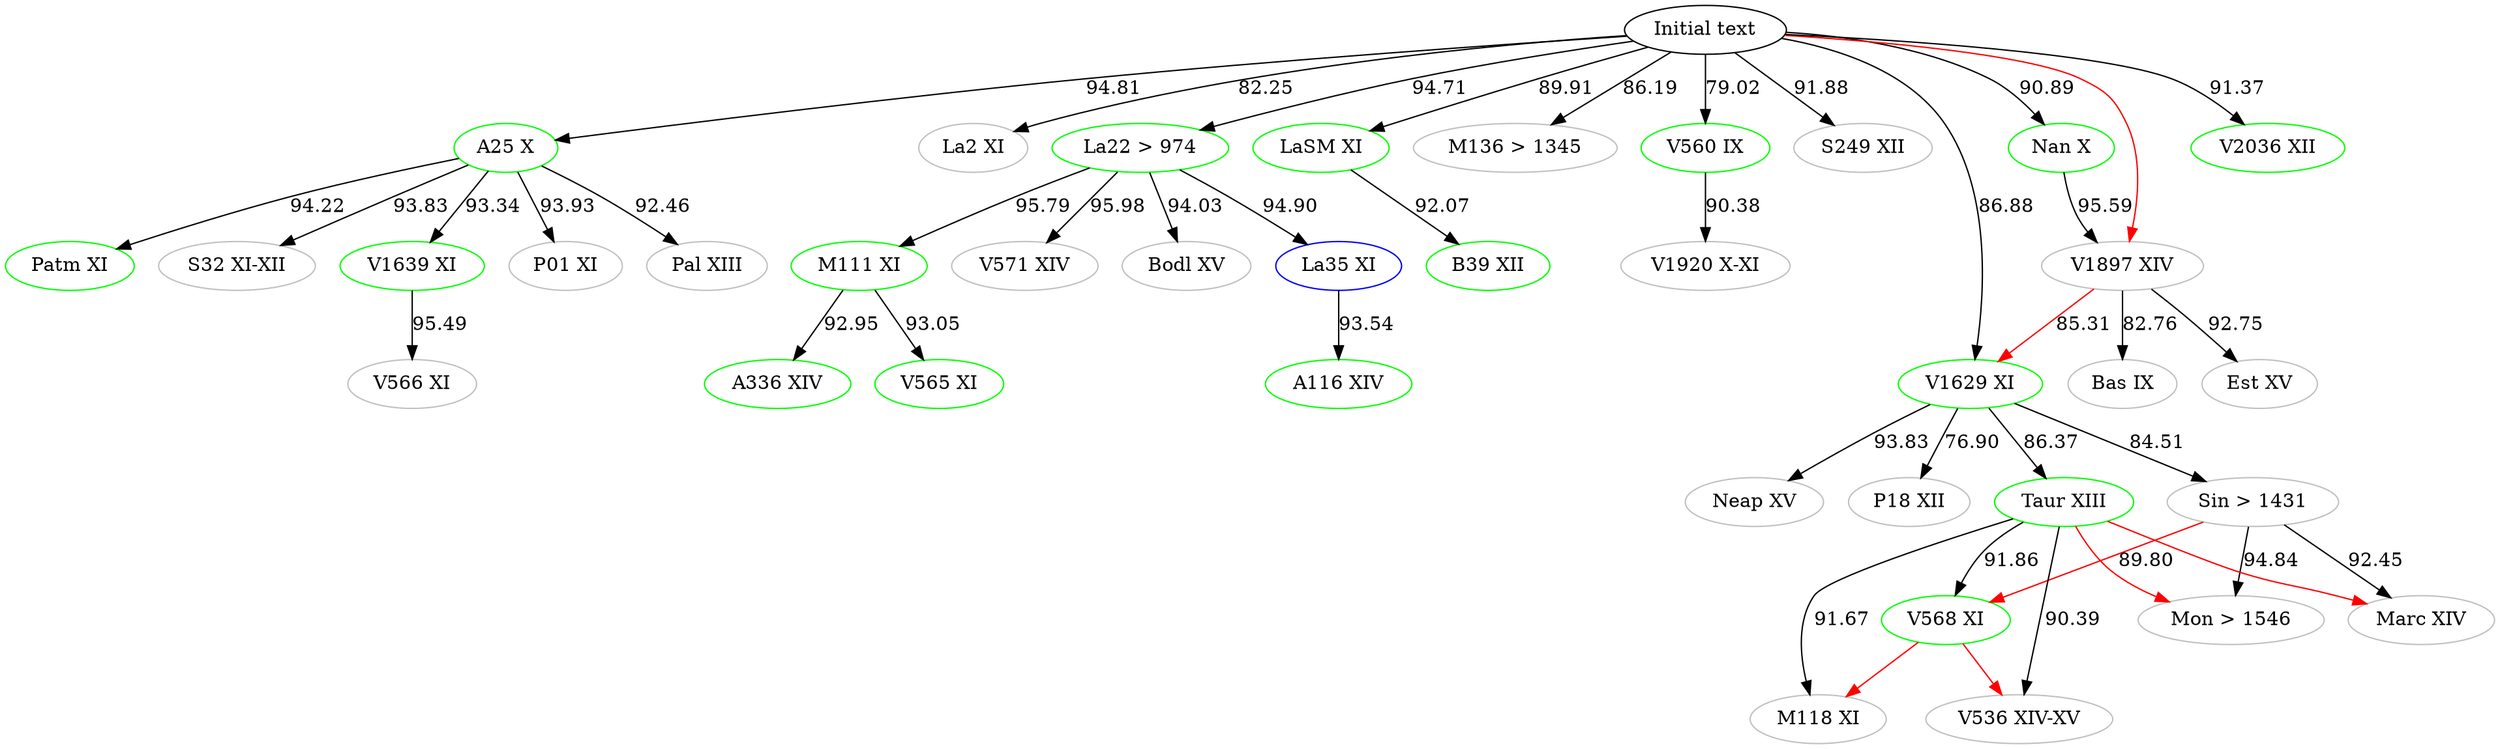
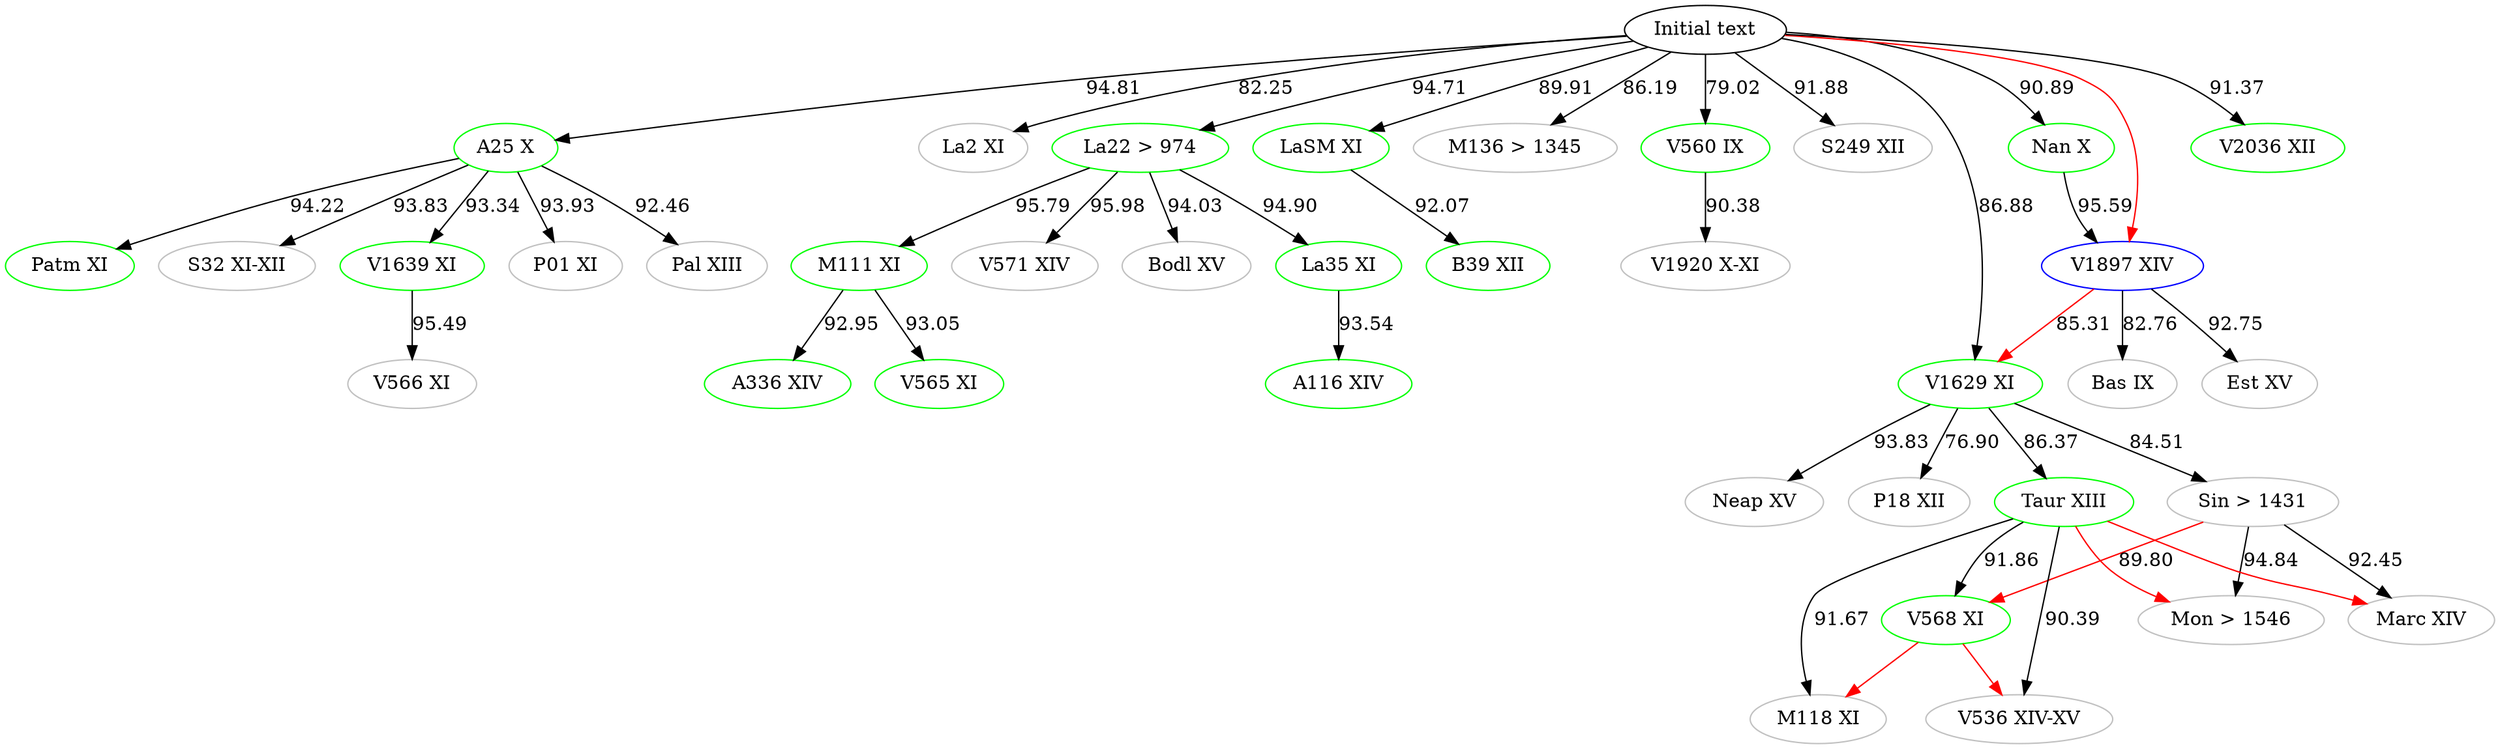
digraph {
- 	# Green = transcribed for 1.5
- 	# Blue = next in line
+ 
    #Top [color="black", label="ω"]
    aBase [color="black", label="Initial text"]
    # Top [color="black", label="Initial text"]
	A116 [label="A116 XIV", color="green"]
	A25 [label="A25 X", color="green"]
	A336 [label="A336 XIV", color="green"]
	B39 [label="B39 XII", color="green"]
	Bas [label="Bas IX", color="grey"]
	Bodl [label="Bodl XV", color="grey"]
	Est [label="Est XV", color="grey"]
	La2 [label="La2 XI", color="grey"]
	La22 [label="La22 > 974", color="green"]
- 	La35 [label="La35 XI", color="blue"]
+ 	La35 [label="La35 XI", color="green"]
	LaSM [label="LaSM XI", color="green"]
	M111 [label="M111 XI", color="green"]
    M118 [label="M118 XI", color="grey"]
    M136 [label="M136 > 1345", color="grey"]
    Marc [label="Marc XIV", color="grey"]
    Mon [label="Mon > 1546", color="grey"]
	Nan [label="Nan X", color="green"]
    Neap [label="Neap XV", color="grey"]
    P01 [label="P01 XI", color="grey"]
    P18 [label="P18 XII", color="grey"]
	Pal [label="Pal XIII", color="grey"]
	Patm [label="Patm XI", color="green"]
    Sin [label="Sin > 1431", color="grey"]
	S32 [label="S32 XI-XII", color="grey"]
    S249 [label="S249 XII", color="grey"]
    Taur [label="Taur XIII", color="green"]
    V536 [label="V536 XIV-XV", color="grey"]
	V560 [label="V560 IX", color="green"]
	V565 [label="V565 XI", color="green"]
	V566 [label="V566 XI", color="grey"]
	V568 [label="V568 XI", color="green"]
	V571 [label="V571 XIV", color="grey"]
    V1629 [label="V1629 XI", color="green"]
	V1639 [label="V1639 XI", color="green"]
- 	V1897 [label="V1897 XIV", color="grey"]
+ 	V1897 [label="V1897 XIV", color="blue"]
	V1920 [label="V1920 X-XI", color="grey"]
    V2036 [label="V2036 XII", color="green"]




    #Top -> aBase
    aBase -> A25 [label="94.81"]
    aBase -> M136 [label="86.19"]
    aBase -> V2036 [label="91.37"]
    # V2036 -> Patm [label="91.14", color="blue"]
    aBase -> V1629 [label="86.88"]
    aBase -> V560[label="79.02"]
    aBase -> La2 [label="82.25"]
    aBase -> S249 [label="91.88"]
    aBase -> LaSM [label="89.91"]
	aBase -> La22 [label="94.71"]
    aBase -> Nan [label="90.89"]

	# A25 -> M136 [label="85.50"]
    # M136 -> A25 [label="85.50" color="blue"]
	A25 -> Pal [label="92.46"]
	A25 -> P01 [label="93.93"]
    A25 -> V1639 [label="93.34"]
    A25 -> S32 [label="93.83"]
    A25 -> Patm [label="94.22"]

    #A25 -> La2 [color="red"]
    #A25 -> V566[color="red"]
    #A25 -> LaSM[color="red"]
    #A25 -> La22[color="red"]
    #A25 -> M136[color="red"]
    #A25 -> Nan[color="red"]
    #A25 -> S249[color="red"]
    #A25 -> V2036[color="red"]

    #aBase -> P01 [color="red"]
    #aBase -> Pal [color="red"]
    #aBase -> Patm [color="red"]
    #aBase -> La35[color="red"]
    #aBase -> B39[color="red"]
    #aBase -> V1920[color="red"]
    aBase -> V1897[color="red"]
    #aBase -> Neap[color="red"]

    #Bodl -> V1639[color="red"]
    #Patm -> S32[color="red"]
    #Patm -> V560[color="red"]

    #La22 -> A116[color="red"]
    #La22 -> V565[color="red"]
    #La22 -> A336[color="red"]

    Taur -> Mon[color="red"]
    Taur -> Marc[color="red"]

    Sin -> V568[label="89.80" color="red"]

    V568 -> V536[color="red"]
    V568 -> M118[color="red"]

    #V571 -> Bodl[color="red"]
    #M111 -> V571[color="red"]
    #La35 -> M111[color="red"]
    V1897 -> V1629[label="85.31" color="red"]
    #Nan -> Bas[color="red"]
    #Nan -> Est[color="red"]
    #Neap -> Taur[color="red"]
    #Neap -> Sin[color="red"]
   #Neap -> P18[color="red"]




	V1639 -> V566 [label="95.49"]

	La22 -> La35 [label= "94.90"]
	La22 -> M111 [label="95.79"]
	La22 -> Bodl [label="94.03"]
    La22 -> V571 [label="95.98"]

	La35 -> A116 [label="93.54"]

	M111 -> V565 [label="93.05"]
	M111 -> A336 [label="92.95"]



	Sin -> Marc [label="92.45"]

	V1629 -> Neap [label="93.83"]
	V1629 -> Sin [label="84.51"]
	V1629 -> Taur [label="86.37"]
    V1629 -> P18 [label="76.90"]

	Taur -> V568 [label="91.86"]
	Taur -> M118 [label="91.67"]
	Taur -> V536 [label="90.39"]
    # Taur -> Marc [color="blue" label="91.96"]
    # Marc -> Mon [color="blue" label="94.12"]
	Sin -> Mon [label="94.84"]

	V560 -> V1920 [label="90.38"]

	V1897 -> Est [label="92.75"]
    V1897 -> Bas [label="82.76"]

    Nan -> V1897 [label="95.59"]



    LaSM -> B39 [label="92.07"]



}

